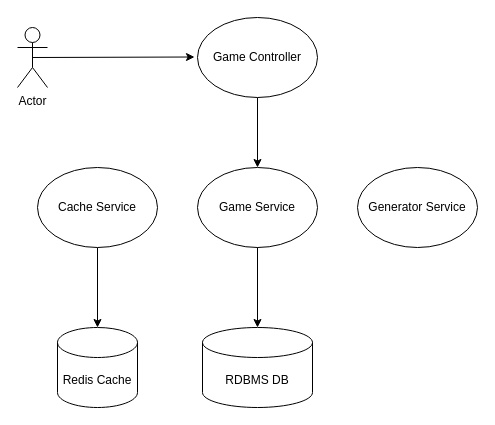
hhovhann/Scissors-Game-Service keeps this draw.io diagram as design/scissors-game-service-draft-design-flow.drawio. Above is the earlier version. Source tidied: cells renumbered, new cells numbered last; positions are measured from the earlier drawing's top-left corner, leaving out a move shared by most shapes. Both pictures are drawn from the tidied source at 100%, with x=0, y=0 at pixel (17, 17).
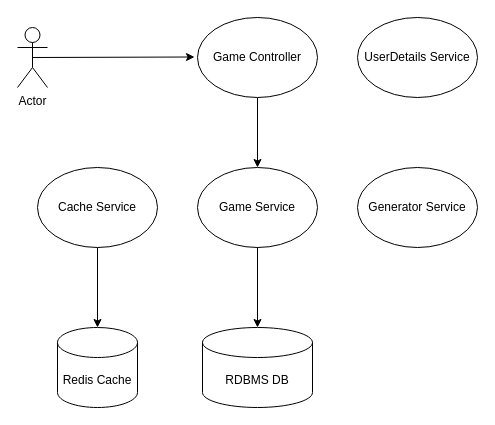
The same page after the edit.

The edit, as a diff of the source:
```diff
@@
 <mxGraphModel>
   <root>
     <mxCell id="0" />
     <mxCell id="1" parent="0" />
     <mxCell id="2" value="Actor" style="shape=umlActor;verticalLabelPosition=bottom;verticalAlign=top;html=1;outlineConnect=0;" parent="1" vertex="1">
       <mxGeometry y="10" width="30" height="60" as="geometry" />
     </mxCell>
     <mxCell id="3" value="Game Service" style="ellipse;whiteSpace=wrap;html=1;" parent="1" vertex="1">
       <mxGeometry x="180" y="150" width="120" height="80" as="geometry" />
     </mxCell>
     <mxCell id="4" style="edgeStyle=orthogonalEdgeStyle;rounded=0;jettySize=auto;html=1;exitX=0.5;exitY=0.5;exitDx=0;exitDy=0;exitPerimeter=0;" parent="1" edge="1" source="2">
       <mxGeometry relative="1" as="geometry">
         <mxPoint x="177" y="39.5" as="targetPoint" />
       </mxGeometry>
     </mxCell>
     <mxCell id="5" style="edgeStyle=orthogonalEdgeStyle;rounded=0;jettySize=auto;html=1;entryX=0.5;entryY=0;entryDx=0;entryDy=0;" parent="1" edge="1" source="6" target="3">
       <mxGeometry relative="1" as="geometry" />
     </mxCell>
     <mxCell id="6" value="Game Controller" style="ellipse;whiteSpace=wrap;html=1;" parent="1" vertex="1">
       <mxGeometry x="180" width="120" height="80" as="geometry" />
     </mxCell>
     <mxCell id="7" style="edgeStyle=orthogonalEdgeStyle;rounded=0;jettySize=auto;html=1;" parent="1" edge="1" source="8" target="10">
       <mxGeometry relative="1" as="geometry" />
     </mxCell>
     <mxCell id="8" value="Cache Service" style="ellipse;whiteSpace=wrap;html=1;" parent="1" vertex="1">
       <mxGeometry x="20" y="150" width="120" height="80" as="geometry" />
     </mxCell>
     <mxCell id="9" value="Generator Service" style="ellipse;whiteSpace=wrap;html=1;" parent="1" vertex="1">
       <mxGeometry x="340" y="150" width="120" height="80" as="geometry" />
     </mxCell>
     <mxCell id="10" value="Redis Cache" style="shape=cylinder3;whiteSpace=wrap;html=1;boundedLbl=1;backgroundOutline=1;size=15;" parent="1" vertex="1">
       <mxGeometry x="40" y="310" width="80" height="80" as="geometry" />
     </mxCell>
     <mxCell id="11" value="RDBMS DB" style="shape=cylinder3;whiteSpace=wrap;html=1;boundedLbl=1;backgroundOutline=1;size=15;" parent="1" vertex="1">
       <mxGeometry x="185" y="310" width="110" height="80" as="geometry" />
     </mxCell>
     <mxCell id="12" style="edgeStyle=orthogonalEdgeStyle;rounded=0;jettySize=auto;html=1;entryX=0.5;entryY=0;entryDx=0;entryDy=0;entryPerimeter=0;" parent="1" edge="1" source="3" target="11">
       <mxGeometry relative="1" as="geometry" />
     </mxCell>
+    <mxCell id="13" value="UserDetails Service" style="ellipse;whiteSpace=wrap;html=1;" parent="1" vertex="1">
+      <mxGeometry x="340" width="120" height="80" as="geometry" />
+    </mxCell>
   </root>
 </mxGraphModel>
```
